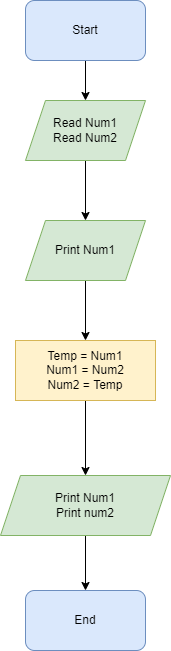
Mouhamed941/Algorithms-and-problem-solving-Level1 keeps this draw.io diagram as Problem14SwapNumbers.drawio.png. Above is the earlier version. Source tidied: cells renumbered, new cells last; positions are measured from the earlier drawing's top-left corner, leaving out a move shared by most shapes.
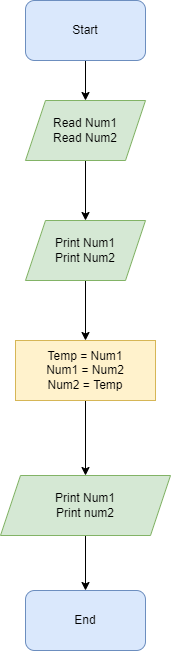
The same file after the commit.

Change to the diagram source:
```diff
@@ -36,7 +36,7 @@
     <mxCell id="11" value="Read Num1&lt;br&gt;Read Num2" style="shape=parallelogram;perimeter=parallelogramPerimeter;whiteSpace=wrap;html=1;fixedSize=1;fillColor=#d5e8d4;strokeColor=#82b366;" parent="1" vertex="1">
       <mxGeometry x="25" y="100" width="120" height="60" as="geometry" />
     </mxCell>
-    <mxCell id="12" value="Print Num1" style="shape=parallelogram;perimeter=parallelogramPerimeter;whiteSpace=wrap;html=1;fixedSize=1;fillColor=#d5e8d4;strokeColor=#82b366;" parent="1" vertex="1">
+    <mxCell id="12" value="Print Num1&lt;br&gt;Print Num2" style="shape=parallelogram;perimeter=parallelogramPerimeter;whiteSpace=wrap;html=1;fixedSize=1;fillColor=#d5e8d4;strokeColor=#82b366;" parent="1" vertex="1">
       <mxGeometry x="25" y="220" width="120" height="60" as="geometry" />
     </mxCell>
   </root>
```
